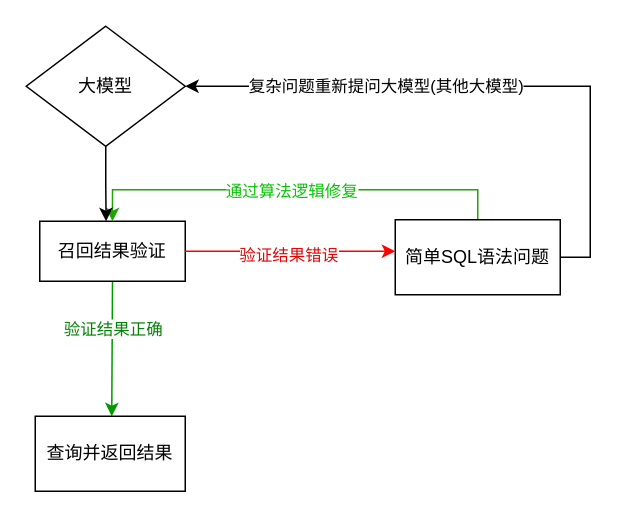
Before: 错误重试流程.drawio in 15973217290/my_rep01, a draw.io diagram. Source tidied: cells renumbered, new cells numbered last; positions are measured from the earlier drawing's top-left corner, leaving out a move shared by most shapes. Both pictures are drawn from the tidied source at 150%, with x=0, y=0 at pixel (26, 26).
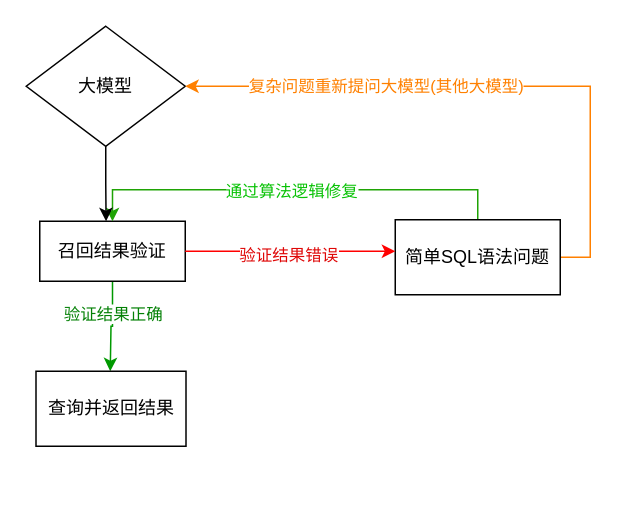
Above is the later version.

Commit message (it also covers changes not shown here):
更新错误重试流程.drawio

Change to the diagram source:
```diff
@@
 <mxGraphModel>
   <root>
     <mxCell id="0" />
     <mxCell id="1" parent="0" />
     <mxCell id="2" value="大模型" style="rhombus;whiteSpace=wrap;html=1;" parent="1" vertex="1">
       <mxGeometry width="106" height="80" as="geometry" />
     </mxCell>
     <mxCell id="3" style="edgeStyle=orthogonalEdgeStyle;rounded=0;jettySize=auto;html=1;exitX=0.5;exitY=1;exitDx=0;exitDy=0;fillColor=#009900;strokeColor=#009900;" parent="1" edge="1" source="5">
       <mxGeometry relative="1" as="geometry">
-        <mxPoint x="57" y="260" as="targetPoint" />
+        <mxPoint x="56" y="230" as="targetPoint" />
       </mxGeometry>
     </mxCell>
     <mxCell id="4" value="&lt;font color=&quot;#048106&quot;&gt;验证结果正确&lt;/font&gt;" style="edgeLabel;html=1;align=center;verticalAlign=middle;fillColor=#009900;" parent="3" vertex="1">
       <mxGeometry x="-0.3" relative="1" as="geometry" />
     </mxCell>
     <mxCell id="5" value="召回结果验证" style="rounded=0;whiteSpace=wrap;html=1;" parent="1" vertex="1">
       <mxGeometry x="9" y="130" width="97" height="40" as="geometry" />
     </mxCell>
     <mxCell id="6" style="edgeStyle=orthogonalEdgeStyle;rounded=0;jettySize=auto;html=1;exitX=0.5;exitY=0;exitDx=0;exitDy=0;entryX=0.5;entryY=0;entryDx=0;entryDy=0;strokeColor=#1fa305;" parent="1" edge="1" source="10" target="5">
       <mxGeometry relative="1" as="geometry" />
     </mxCell>
     <mxCell id="7" value="&lt;font color=&quot;#08c205&quot;&gt;通过算法逻辑修复&lt;/font&gt;" style="edgeLabel;html=1;align=center;verticalAlign=middle;" parent="6" vertex="1">
       <mxGeometry x="0.02" relative="1" as="geometry" />
     </mxCell>
-    <mxCell id="8" style="edgeStyle=orthogonalEdgeStyle;rounded=0;jettySize=auto;html=1;exitX=1;exitY=0.5;exitDx=0;exitDy=0;entryX=1;entryY=0.5;entryDx=0;entryDy=0;" parent="1" edge="1" source="10" target="2">
+    <mxCell id="8" style="edgeStyle=orthogonalEdgeStyle;rounded=0;jettySize=auto;html=1;exitX=1;exitY=0.5;exitDx=0;exitDy=0;entryX=1;entryY=0.5;entryDx=0;entryDy=0;strokeColor=#FF8000;" parent="1" edge="1" source="10" target="2">
       <mxGeometry relative="1" as="geometry" />
     </mxCell>
-    <mxCell id="9" value="复杂问题重新提问大模型(其他大模型)" style="edgeLabel;html=1;align=center;verticalAlign=middle;" parent="8" vertex="1">
+    <mxCell id="9" value="&lt;font color=&quot;#ff8000&quot;&gt;复杂问题重新提问大模型(其他大模型)&lt;/font&gt;" style="edgeLabel;html=1;align=center;verticalAlign=middle;" parent="8" vertex="1">
       <mxGeometry x="0.34" y="-1" relative="1" as="geometry" />
     </mxCell>
     <mxCell id="10" value="简单SQL语法问题" style="rounded=0;whiteSpace=wrap;html=1;" parent="1" vertex="1">
       <mxGeometry x="246" y="129" width="110" height="50" as="geometry" />
     </mxCell>
     <mxCell id="11" value="查询并返回结果" style="rounded=0;whiteSpace=wrap;html=1;" parent="1" vertex="1">
-      <mxGeometry x="6" y="260" width="100" height="50" as="geometry" />
+      <mxGeometry x="6.5" y="230" width="100" height="50" as="geometry" />
     </mxCell>
     <mxCell id="12" style="edgeStyle=orthogonalEdgeStyle;rounded=0;jettySize=auto;html=1;exitX=0.5;exitY=1;exitDx=0;exitDy=0;entryX=0.456;entryY=0;entryDx=0;entryDy=0;entryPerimeter=0;" parent="1" edge="1" source="2" target="5">
       <mxGeometry relative="1" as="geometry" />
     </mxCell>
     <mxCell id="13" style="edgeStyle=orthogonalEdgeStyle;rounded=0;jettySize=auto;html=1;exitX=1;exitY=0.5;exitDx=0;exitDy=0;strokeColor=#FF0000;" parent="1" edge="1" source="5">
       <mxGeometry relative="1" as="geometry">
         <mxPoint x="246" y="150" as="targetPoint" />
       </mxGeometry>
     </mxCell>
     <mxCell id="14" value="&lt;font color=&quot;#df0707&quot;&gt;验证结果错误&lt;/font&gt;" style="edgeLabel;html=1;align=center;verticalAlign=middle;" parent="13" vertex="1">
       <mxGeometry x="-0.03" y="-2" relative="1" as="geometry" />
     </mxCell>
   </root>
 </mxGraphModel>
```
